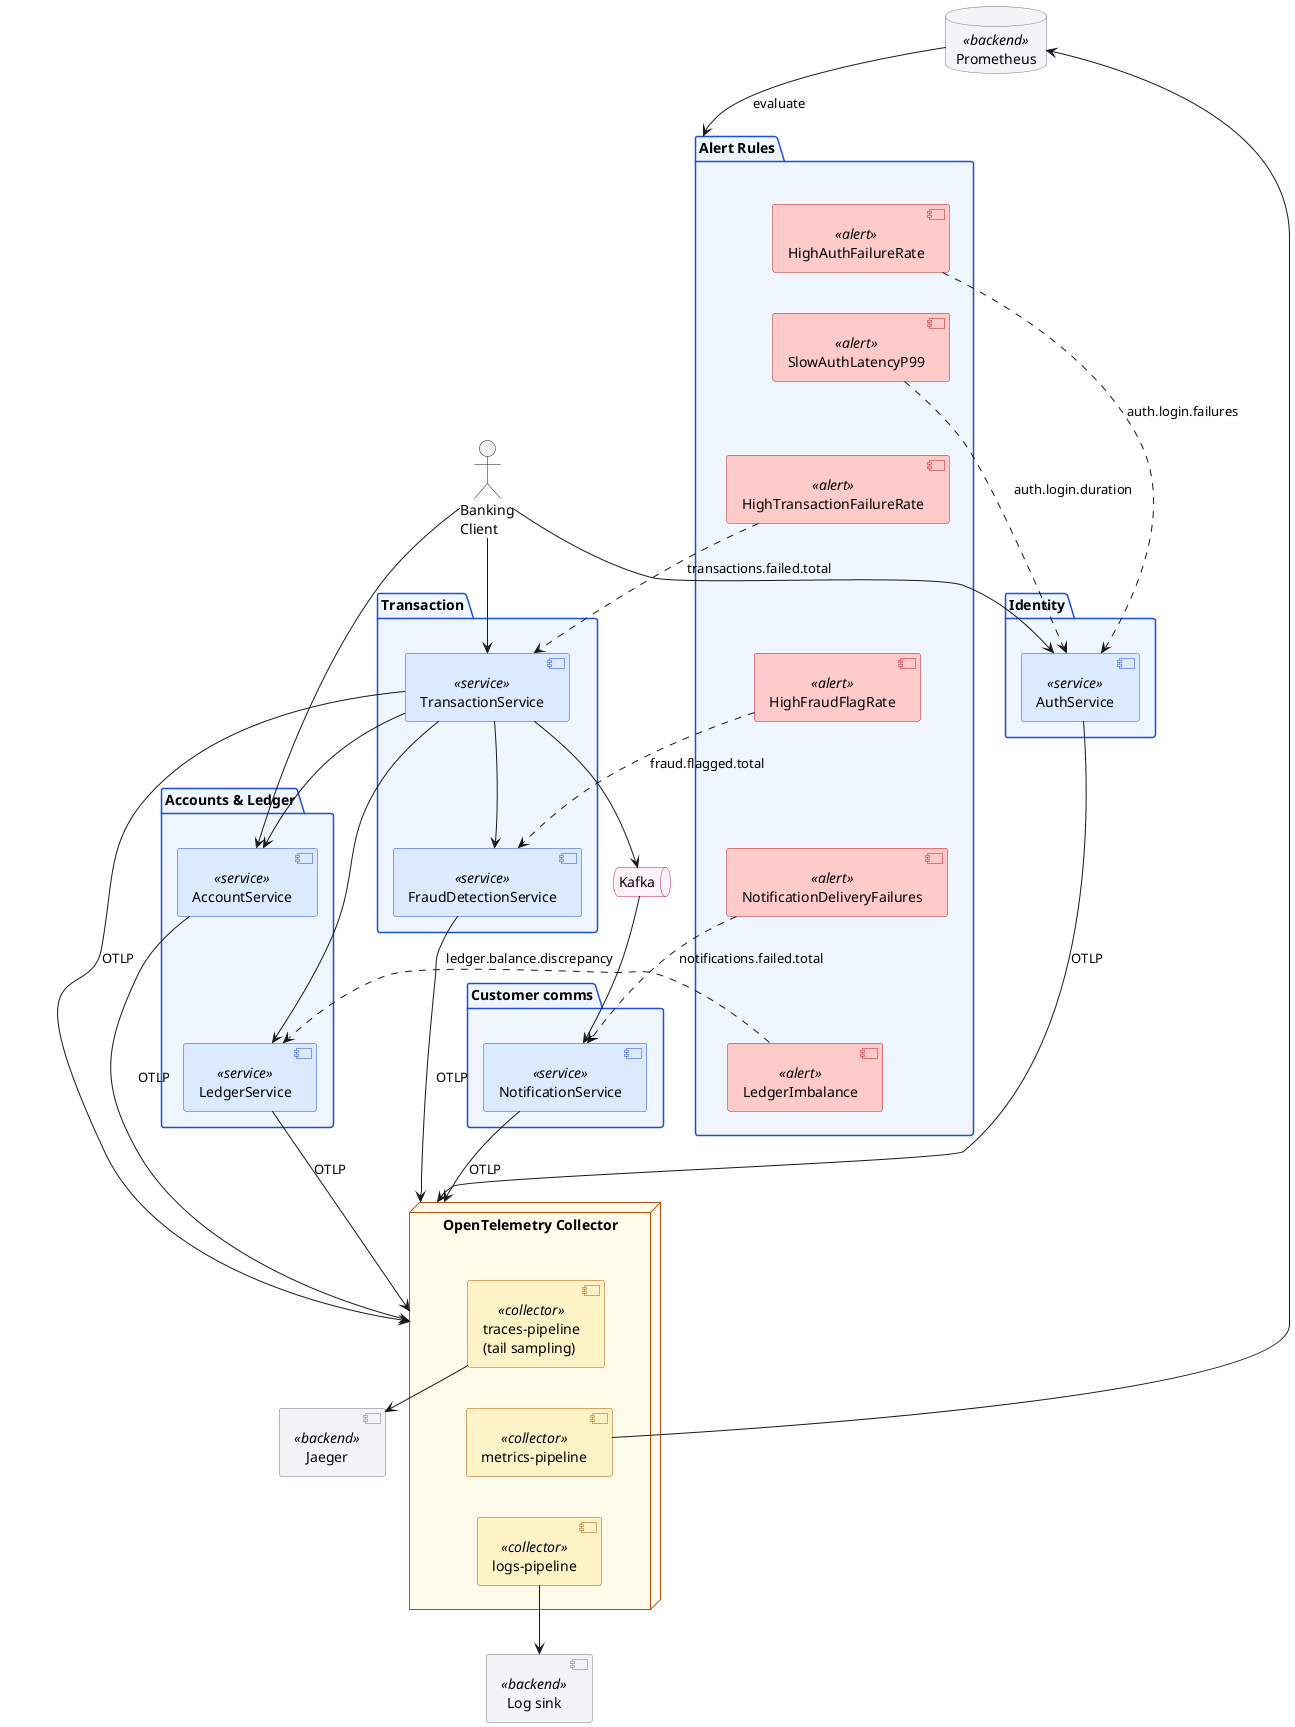
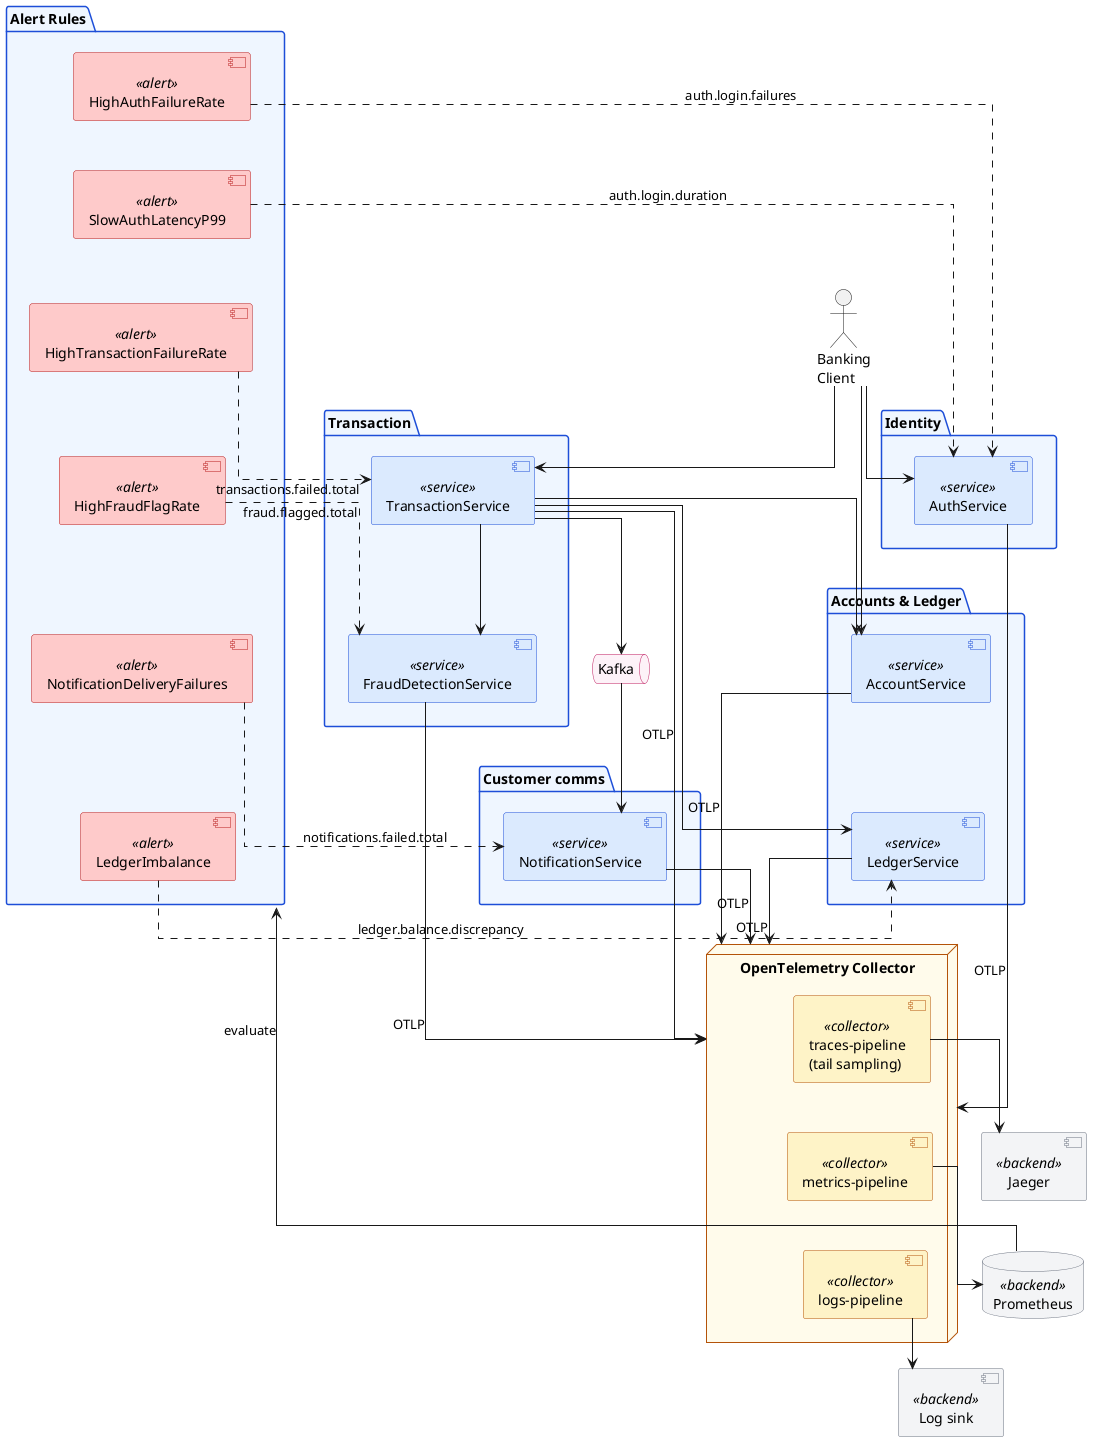
@startuml Banking
top to bottom direction
skinparam componentStyle uml2
skinparam shadowing false
skinparam nodesep 25
- skinparam ranksep 40
+ skinparam ranksep 50
+ skinparam linetype ortho
skinparam component {
    BackgroundColor<<service>>    #DBEAFE
    BorderColor<<service>>        #1D4ED8
    BackgroundColor<<collector>>  #FEF3C7
    BorderColor<<collector>>      #B45309
    BackgroundColor<<backend>>    #F3F4F6
    BorderColor<<backend>>        #6B7280
    BackgroundColor<<alert>>      #FECACA
    BorderColor<<alert>>          #B91C1C
}
skinparam package {
    BackgroundColor              #EFF6FF
    BorderColor                  #1D4ED8
}
skinparam node {
    BackgroundColor              #FFFBEB
    BorderColor                  #B45309
}
skinparam queue {
    BackgroundColor              #FDF2F8
    BorderColor                  #BE185D
}
skinparam database {
    BackgroundColor              #F3F4F6
    BorderColor                  #6B7280
}

actor "Banking\nClient" as Client

- package "Identity" {
+ package "Identity" as PID {
    component "AuthService" as Auth <<service>>
}
- package "Accounts & Ledger" {
+ package "Accounts & Ledger" as PAL {
    component "AccountService" as Acct   <<service>>
    component "LedgerService"  as Ledger <<service>>
    Acct -[hidden]down- Ledger
}
- package "Transaction" {
+ package "Transaction" as PT {
    component "TransactionService"    as Txn   <<service>>
    component "FraudDetectionService" as Fraud <<service>>
    Txn -[hidden]down- Fraud
}
- package "Customer comms" {
+ package "Customer comms" as PCC {
    component "NotificationService" as Notif <<service>>
}

queue "Kafka" as Kafka

Client --> Auth
Client --> Acct
Client --> Txn
Txn    --> Fraud
Txn    --> Acct
Txn    --> Ledger
Txn    --> Kafka
Kafka  --> Notif

+ PID -[hidden]right- PAL
+ PAL -[hidden]right- PT
+ PT  -[hidden]right- PCC
+ 
node "OpenTelemetry Collector" as COL {
    component "traces-pipeline\n(tail sampling)" as TP <<collector>>
    component "metrics-pipeline"                 as MP <<collector>>
    component "logs-pipeline"                    as LP <<collector>>
    TP -[hidden]down- MP
    MP -[hidden]down- LP
}

Auth   --> COL : OTLP
Acct   --> COL : OTLP
+ Ledger --> COL : OTLP
Txn    --> COL : OTLP
Fraud  --> COL : OTLP
- Ledger --> COL : OTLP
Notif  --> COL : OTLP

component "Jaeger"     as J <<backend>>
database  "Prometheus" as P <<backend>>
component "Log sink"   as L <<backend>>

TP --> J
MP --> P
LP --> L
+ J -[hidden]down- P
+ P -[hidden]down- L

package "Alert Rules" as AR {
    component "HighAuthFailureRate"          as A1 <<alert>>
    component "SlowAuthLatencyP99"           as A2 <<alert>>
    component "HighTransactionFailureRate"   as A3 <<alert>>
    component "HighFraudFlagRate"            as A4 <<alert>>
    component "NotificationDeliveryFailures" as A5 <<alert>>
    component "LedgerImbalance"              as A6 <<alert>>
    A1 -[hidden]down- A2
    A2 -[hidden]down- A3
    A3 -[hidden]down- A4
    A4 -[hidden]down- A5
    A5 -[hidden]down- A6
}

P --> AR : evaluate
A1 ..> Auth   : auth.login.failures
A2 ..> Auth   : auth.login.duration
A3 ..> Txn    : transactions.failed.total
A4 ..> Fraud  : fraud.flagged.total
A5 ..> Notif  : notifications.failed.total
A6 ..> Ledger : ledger.balance.discrepancy
@enduml
